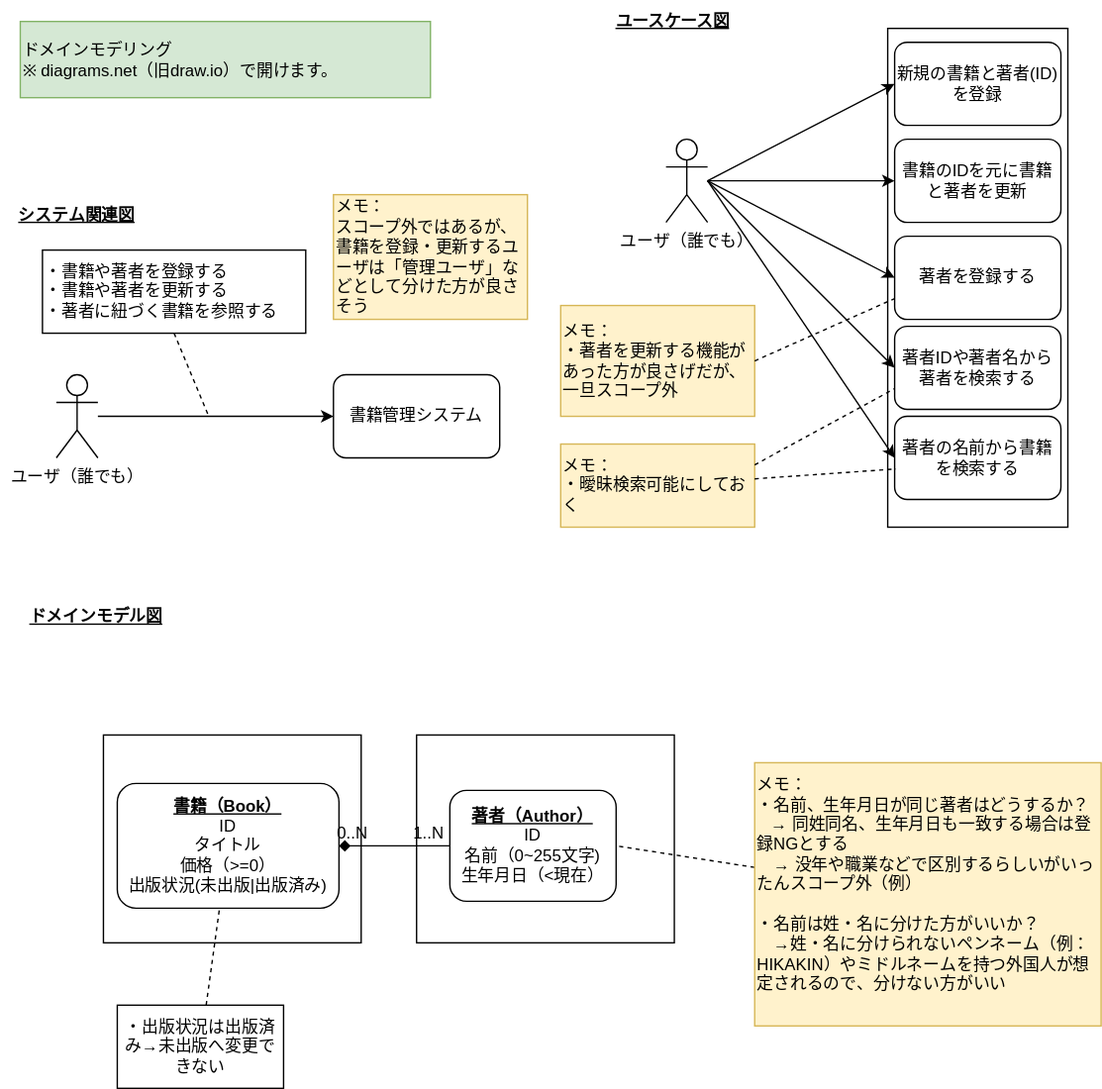
tNita/kotlin-spring-boot-onion-architecture-sample keeps this draw.io diagram as docs/domain-modeling.drawio.svg. Above is the earlier version. Source tidied: cells renumbered, new cells last; positions are measured from the earlier drawing's top-left corner, leaving out a move shared by most shapes.
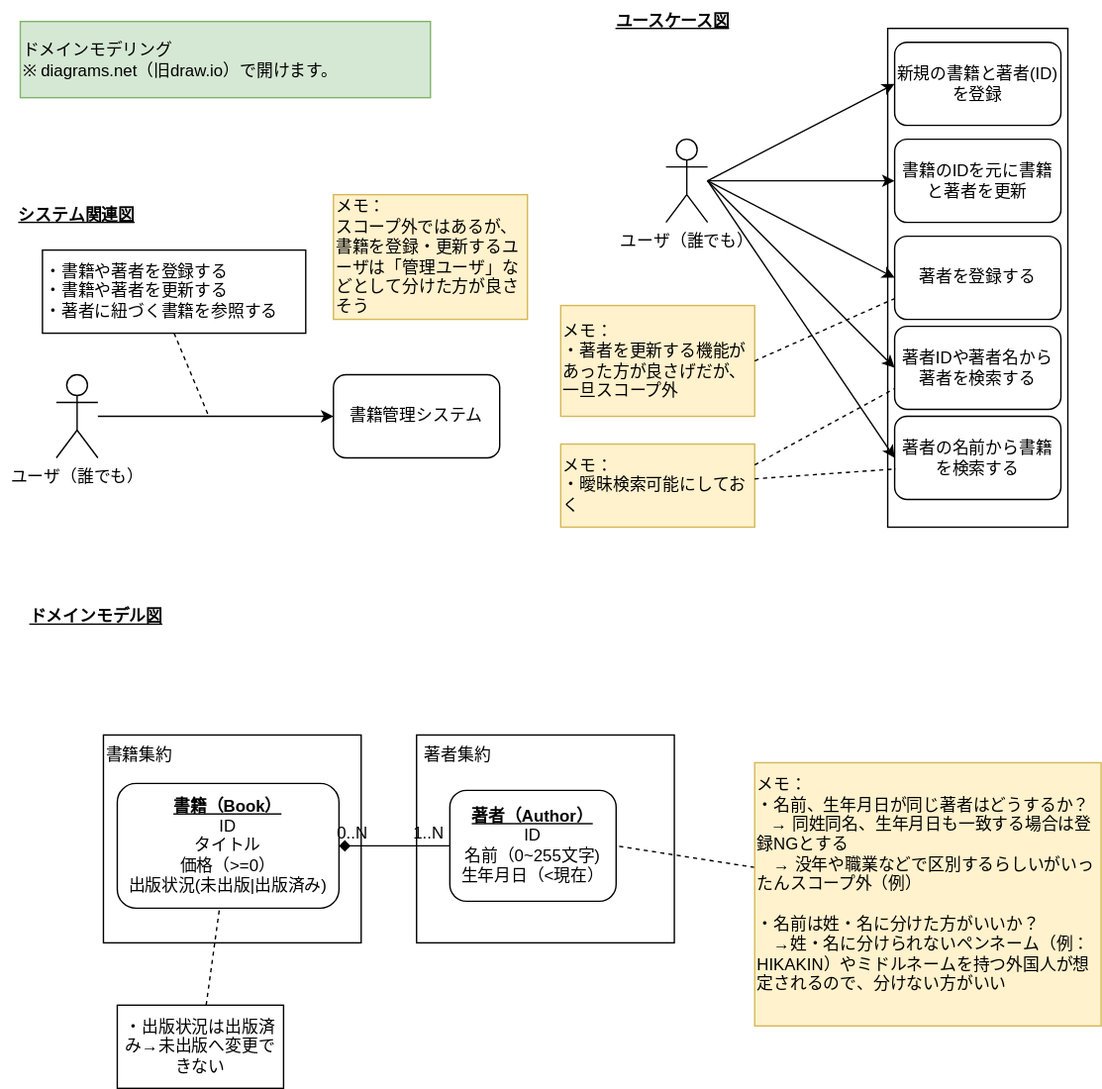
After the change.

Commit message:
docs: ドメインモデル図修正

The edit, as a diff of the source:
```diff
@@ -126,5 +126,11 @@
     <mxCell id="39" value="ドメインモデリング&lt;div&gt;※ diagrams.net（旧draw.io）で開けます。&lt;/div&gt;" style="rounded=0;whiteSpace=wrap;html=1;fillColor=#d5e8d4;strokeColor=#82b366;align=left;" parent="1" vertex="1">
       <mxGeometry x="14" y="15" width="296" height="55" as="geometry" />
     </mxCell>
+    <mxCell id="40" value="書籍集約" style="text;html=1;whiteSpace=wrap;strokeColor=none;fillColor=none;align=center;verticalAlign=middle;rounded=0;" parent="1" vertex="1">
+      <mxGeometry x="70" y="530" width="60" height="30" as="geometry" />
+    </mxCell>
+    <mxCell id="41" value="著者集約" style="text;html=1;whiteSpace=wrap;strokeColor=none;fillColor=none;align=center;verticalAlign=middle;rounded=0;" parent="1" vertex="1">
+      <mxGeometry x="300" y="530" width="60" height="30" as="geometry" />
+    </mxCell>
   </root>
 </mxGraphModel>
```
